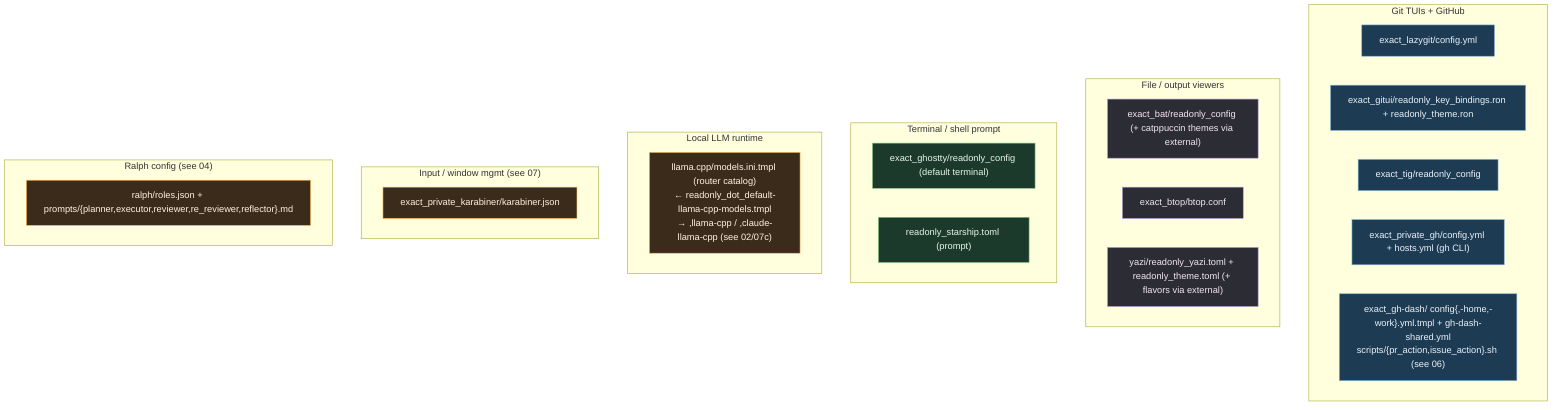
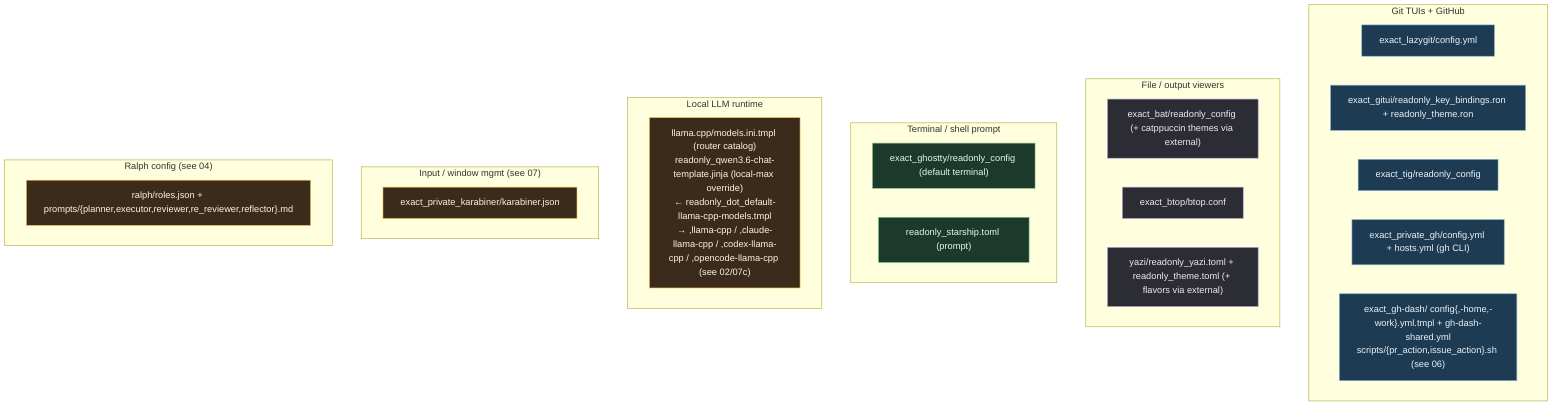
%% ============================================================================
%% 13-app-configs.mmd — Remaining standalone app configs in home/dot_config/
%% (and a couple elsewhere) not covered by tmux(05)/nvim(07b)/ai(12)/fish(07).
%% Each → ~/.config/<app>/. readonly_ = r--r--r--; .tmpl = isWork-aware.
%% ============================================================================
flowchart TB
    classDef git fill:#1d3b53,stroke:#7fb3d5,color:#eaf2f8;
    classDef view fill:#2c2c34,stroke:#b39ddb,color:#f3e5f5;
    classDef term fill:#1b3a2b,stroke:#81c784,color:#e8f5e9;
    classDef misc fill:#3a2b1b,stroke:#ffb74d,color:#fff3e0;

    subgraph GIT["Git TUIs + GitHub"]
        LAZY["exact_lazygit/config.yml"]:::git
        GITUI["exact_gitui/readonly_key_bindings.ron + readonly_theme.ron"]:::git
        TIG["exact_tig/readonly_config"]:::git
        GHCLI["exact_private_gh/config.yml + hosts.yml (gh CLI)"]:::git
        GHDASH["exact_gh-dash/ config{,-home,-work}.yml.tmpl + gh-dash-shared.yml<br/>scripts/{pr_action,issue_action}.sh (see 06)"]:::git
    end

    subgraph VIEWERS["File / output viewers"]
        BAT["exact_bat/readonly_config (+ catppuccin themes via external)"]:::view
        BTOP["exact_btop/btop.conf"]:::view
        YAZI["yazi/readonly_yazi.toml + readonly_theme.toml (+ flavors via external)"]:::view
    end

    subgraph TERMSH["Terminal / shell prompt"]
        GHOSTTY["exact_ghostty/readonly_config (default terminal)"]:::term
        STAR["readonly_starship.toml (prompt)"]:::term
    end

    subgraph LOCALAI["Local LLM runtime"]
-         LLAMA["llama.cpp/models.ini.tmpl (router catalog)<br/>← readonly_dot_default-llama-cpp-models.tmpl<br/>→ ,llama-cpp / ,claude-llama-cpp (see 02/07c)"]:::misc
+         LLAMA["llama.cpp/models.ini.tmpl (router catalog)<br/>readonly_qwen3.6-chat-template.jinja (local-max override)<br/>← readonly_dot_default-llama-cpp-models.tmpl<br/>→ ,llama-cpp / ,claude-llama-cpp / ,codex-llama-cpp / ,opencode-llama-cpp (see 02/07c)"]:::misc
    end

    subgraph INPUT["Input / window mgmt (see 07)"]
        KARA["exact_private_karabiner/karabiner.json"]:::misc
    end

    subgraph RALPHCFG["Ralph config (see 04)"]
        RC["ralph/roles.json + prompts/{planner,executor,reviewer,re_reviewer,reflector}.md"]:::misc
    end
